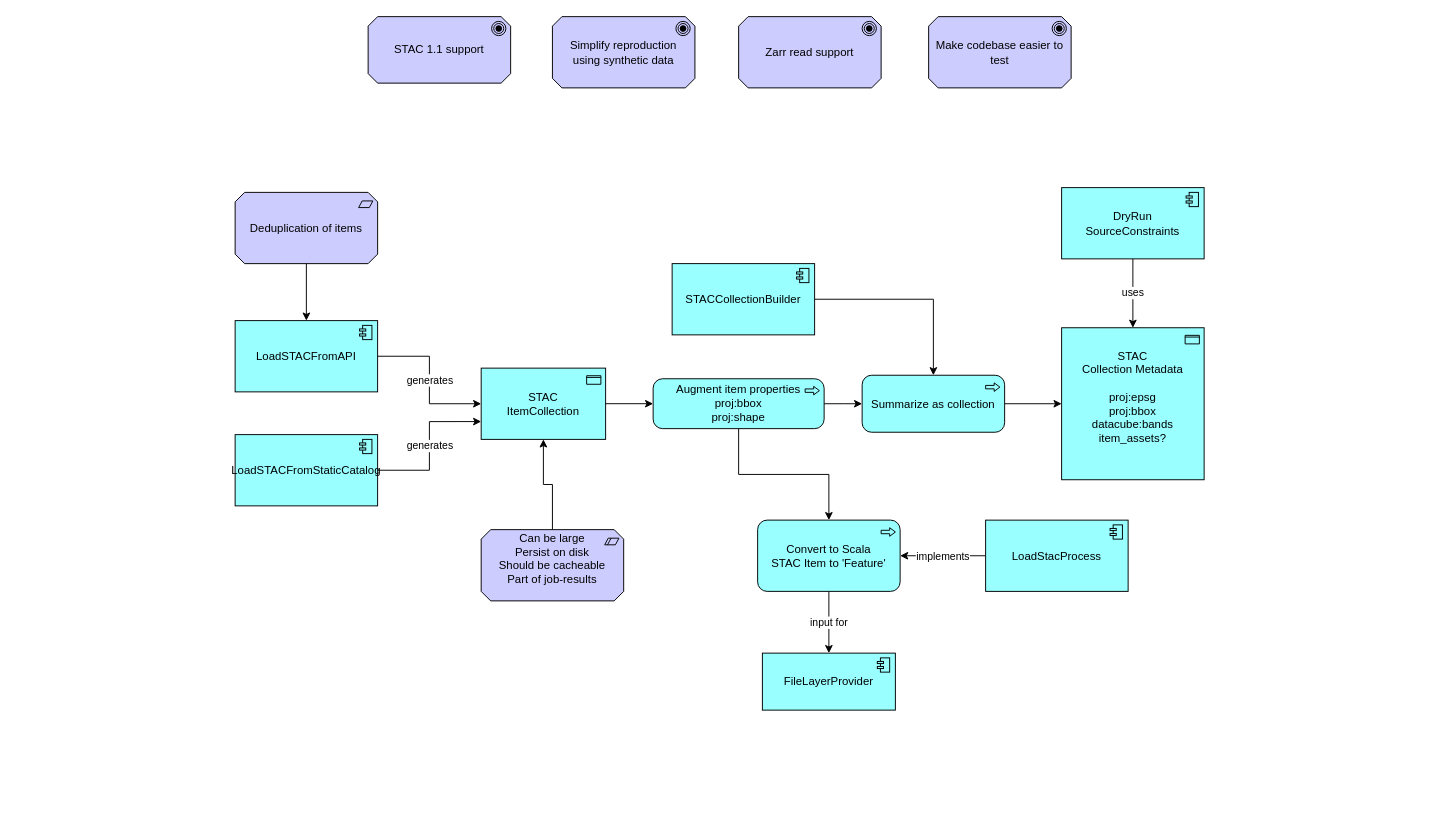
The draw.io diagram docs/stac11_geotrellis.drawio in Open-EO/openeo-geopyspark-driver, before the edit. Source tidied: cells renumbered, new cells numbered last; positions are measured from the earlier drawing's top-left corner, leaving out a move shared by most shapes. Both pictures are drawn from the tidied source at 95%, with x=0, y=0 at pixel (235, 16).
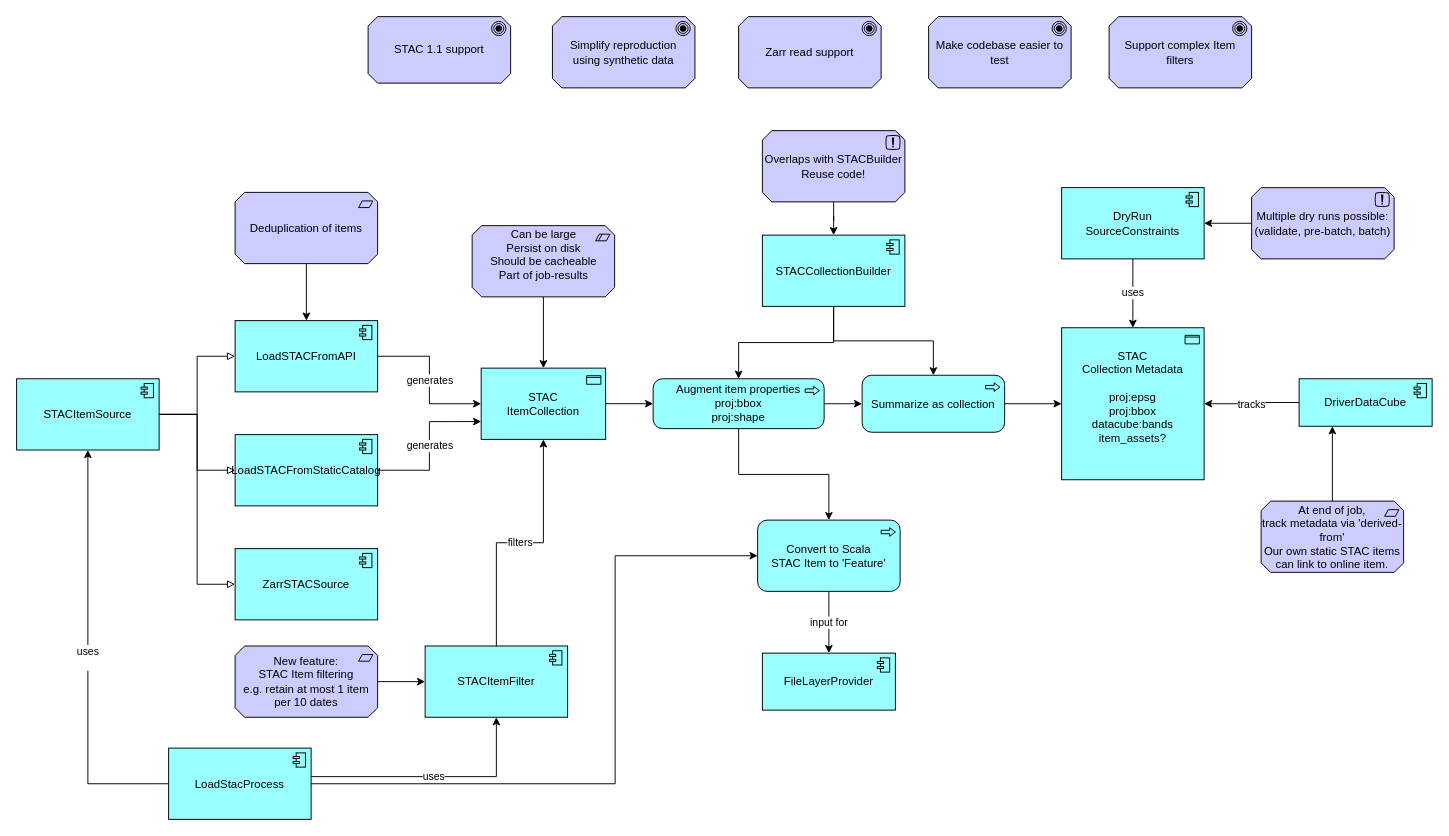
The same page after the edit.

Commit message:
add stac item filter

The change refers to these unchanged cells:
```xml
<mxCell id="7" value="LoadSTACFromAPI" style="html=1;outlineConnect=0;whiteSpace=wrap;fillColor=#99ffff;shape=mxgraph.archimate3.application;appType=comp;archiType=square;" parent="1" vertex="1">
  <mxGeometry y="320" width="150" height="75" as="geometry" />
</mxCell>
<mxCell id="8" value="LoadSTACFromStaticCatalog" style="html=1;outlineConnect=0;whiteSpace=wrap;fillColor=#99ffff;shape=mxgraph.archimate3.application;appType=comp;archiType=square;" parent="1" vertex="1">
  <mxGeometry y="440" width="150" height="75" as="geometry" />
</mxCell>
<mxCell id="9" value="STAC&lt;br&gt;ItemCollection" style="html=1;outlineConnect=0;whiteSpace=wrap;fillColor=#99ffff;shape=mxgraph.archimate3.application;appType=passive;archiType=square;" parent="1" vertex="1">
  <mxGeometry x="259" y="370" width="131" height="75" as="geometry" />
</mxCell>
<mxCell id="17" value="STAC &lt;br&gt;Collection Metadata&lt;br&gt;&lt;br&gt;proj:epsg&lt;br&gt;proj:bbox&lt;br&gt;datacube:bands&lt;br&gt;item_assets?&lt;div&gt;&lt;br/&gt;&lt;/div&gt;" style="html=1;outlineConnect=0;whiteSpace=wrap;fillColor=#99ffff;shape=mxgraph.archimate3.application;appType=passive;archiType=square;" parent="1" vertex="1">
  <mxGeometry x="870" y="327.5" width="150" height="160" as="geometry" />
</mxCell>
<mxCell id="20" value="Augment item properties&lt;br&gt;proj:bbox&lt;br&gt;proj:shape" style="html=1;outlineConnect=0;whiteSpace=wrap;fillColor=#99ffff;shape=mxgraph.archimate3.application;appType=proc;archiType=rounded;" parent="1" vertex="1">
  <mxGeometry x="440" y="381.2" width="180" height="52.5" as="geometry" />
</mxCell>
<mxCell id="25" value="DryRun&lt;br&gt;SourceConstraints" style="html=1;outlineConnect=0;whiteSpace=wrap;fillColor=#99ffff;shape=mxgraph.archimate3.application;appType=comp;archiType=square;" parent="1" vertex="1">
  <mxGeometry x="870" y="180" width="150" height="75" as="geometry" />
</mxCell>
<mxCell id="28" value="Convert to Scala&lt;br&gt;STAC Item to 'Feature'" style="html=1;outlineConnect=0;whiteSpace=wrap;fillColor=#99ffff;shape=mxgraph.archimate3.application;appType=proc;archiType=rounded;" parent="1" vertex="1">
  <mxGeometry x="550" y="530" width="150" height="75" as="geometry" />
</mxCell>
```

Change to the diagram source:
```diff
@@
     <mxCell id="12" value="Can be large&lt;br&gt;Persist on disk&lt;div&gt;Should be cacheable&lt;br&gt;Part of job-results&lt;/div&gt;&lt;div&gt;&lt;br&gt;&lt;/div&gt;" style="html=1;outlineConnect=0;whiteSpace=wrap;fillColor=#CCCCFF;shape=mxgraph.archimate3.application;appType=constraint;archiType=oct;" parent="1" vertex="1">
-      <mxGeometry x="259" y="540" width="150" height="75" as="geometry" />
+      <mxGeometry x="249.5" y="220" width="150" height="75" as="geometry" />
     </mxCell>
@@
+    <mxCell id="31" style="edgeStyle=orthogonalEdgeStyle;rounded=0;jettySize=auto;html=1;" parent="1" edge="1" source="14" target="20">
+      <mxGeometry relative="1" as="geometry" />
+    </mxCell>
     <mxCell id="14" value="STACCollectionBuilder" style="html=1;outlineConnect=0;whiteSpace=wrap;fillColor=#99ffff;shape=mxgraph.archimate3.application;appType=comp;archiType=square;" parent="1" vertex="1">
-      <mxGeometry x="460" y="260" width="150" height="75" as="geometry" />
+      <mxGeometry x="555" y="230" width="150" height="75" as="geometry" />
     </mxCell>
@@
+    <mxCell id="32" value="uses" style="edgeStyle=orthogonalEdgeStyle;rounded=0;jettySize=auto;html=1;" parent="1" edge="1" source="30" target="48">
+      <mxGeometry relative="1" as="geometry">
+        <Array as="points">
+          <mxPoint x="275" y="800" />
+        </Array>
+      </mxGeometry>
+    </mxCell>
+    <mxCell id="30" value="LoadStacProcess" style="html=1;outlineConnect=0;whiteSpace=wrap;fillColor=#99ffff;shape=mxgraph.archimate3.application;appType=comp;archiType=square;" parent="1" vertex="1">
+      <mxGeometry x="-70" y="770" width="150" height="75" as="geometry" />
+    </mxCell>
+    <mxCell id="33" value="tracks" style="edgeStyle=orthogonalEdgeStyle;rounded=0;jettySize=auto;html=1;" parent="1" edge="1" source="34" target="17">
+      <mxGeometry relative="1" as="geometry" />
+    </mxCell>
+    <mxCell id="34" value="DriverDataCube" style="html=1;outlineConnect=0;whiteSpace=wrap;fillColor=#99ffff;shape=mxgraph.archimate3.application;appType=comp;archiType=square;" parent="1" vertex="1">
+      <mxGeometry x="1120" y="381.2" width="140" height="50" as="geometry" />
+    </mxCell>
+    <mxCell id="35" value="At end of job,&lt;br&gt;track metadata via 'derived-from'&lt;br&gt;Our own static STAC items can link to online item." style="html=1;outlineConnect=0;whiteSpace=wrap;fillColor=#CCCCFF;shape=mxgraph.archimate3.application;appType=requirement;archiType=oct;" parent="1" vertex="1">
+      <mxGeometry x="1080" y="510" width="150" height="75" as="geometry" />
+    </mxCell>
+    <mxCell id="36" style="edgeStyle=orthogonalEdgeStyle;rounded=0;jettySize=auto;html=1;entryX=0.25;entryY=1;entryDx=0;entryDy=0;entryPerimeter=0;" parent="1" edge="1" source="35" target="34">
+      <mxGeometry relative="1" as="geometry" />
+    </mxCell>
+    <mxCell id="37" style="edgeStyle=orthogonalEdgeStyle;rounded=0;jettySize=auto;html=1;" parent="1" edge="1" source="38" target="14">
+      <mxGeometry relative="1" as="geometry" />
+    </mxCell>
+    <mxCell id="38" value="Overlaps with STACBuilder&lt;br&gt;Reuse code!" style="html=1;outlineConnect=0;whiteSpace=wrap;fillColor=#CCCCFF;shape=mxgraph.archimate3.application;appType=principle;archiType=oct;" parent="1" vertex="1">
+      <mxGeometry x="555" y="120" width="150" height="75" as="geometry" />
+    </mxCell>
+    <mxCell id="39" style="edgeStyle=orthogonalEdgeStyle;rounded=0;jettySize=auto;html=1;endArrow=block;endFill=0;" parent="1" edge="1" source="41" target="8">
+      <mxGeometry relative="1" as="geometry" />
+    </mxCell>
+    <mxCell id="40" style="edgeStyle=orthogonalEdgeStyle;rounded=0;jettySize=auto;html=1;endArrow=block;endFill=0;" parent="1" edge="1" source="41" target="7">
+      <mxGeometry relative="1" as="geometry" />
+    </mxCell>
+    <mxCell id="41" value="STACItemSource" style="html=1;outlineConnect=0;whiteSpace=wrap;fillColor=#99ffff;shape=mxgraph.archimate3.application;appType=comp;archiType=square;" parent="1" vertex="1">
+      <mxGeometry x="-230" y="381.2" width="150" height="75" as="geometry" />
+    </mxCell>
+    <mxCell id="42" value="uses&lt;div&gt;&lt;br&gt;&lt;/div&gt;" style="edgeStyle=orthogonalEdgeStyle;rounded=0;jettySize=auto;html=1;entryX=0.5;entryY=1;entryDx=0;entryDy=0;entryPerimeter=0;" parent="1" edge="1" source="30" target="41">
+      <mxGeometry relative="1" as="geometry" />
+    </mxCell>
+    <mxCell id="43" style="edgeStyle=orthogonalEdgeStyle;rounded=0;jettySize=auto;html=1;" parent="1" edge="1" source="44" target="25">
+      <mxGeometry relative="1" as="geometry" />
+    </mxCell>
+    <mxCell id="44" value="Multiple dry runs possible:&lt;br&gt;(validate, pre-batch, batch)" style="html=1;outlineConnect=0;whiteSpace=wrap;fillColor=#CCCCFF;shape=mxgraph.archimate3.application;appType=principle;archiType=oct;" parent="1" vertex="1">
+      <mxGeometry x="1070" y="180" width="150" height="75" as="geometry" />
+    </mxCell>
+    <mxCell id="45" value="ZarrSTACSource" style="html=1;outlineConnect=0;whiteSpace=wrap;fillColor=#99ffff;shape=mxgraph.archimate3.application;appType=comp;archiType=square;" parent="1" vertex="1">
+      <mxGeometry y="560" width="150" height="75" as="geometry" />
+    </mxCell>
+    <mxCell id="46" style="edgeStyle=orthogonalEdgeStyle;rounded=0;jettySize=auto;html=1;entryX=0;entryY=0.5;entryDx=0;entryDy=0;entryPerimeter=0;endArrow=block;endFill=0;" parent="1" edge="1" source="41" target="45">
+      <mxGeometry relative="1" as="geometry" />
+    </mxCell>
+    <mxCell id="47" value="filters" style="edgeStyle=orthogonalEdgeStyle;rounded=0;jettySize=auto;html=1;" parent="1" edge="1" source="48" target="9">
+      <mxGeometry relative="1" as="geometry" />
+    </mxCell>
+    <mxCell id="48" value="STACItemFilter" style="html=1;outlineConnect=0;whiteSpace=wrap;fillColor=#99ffff;shape=mxgraph.archimate3.application;appType=comp;archiType=square;" parent="1" vertex="1">
+      <mxGeometry x="200" y="662.5" width="150" height="75" as="geometry" />
+    </mxCell>
-    <mxCell id="29" value="implements" style="edgeStyle=orthogonalEdgeStyle;rounded=0;jettySize=auto;html=1;" parent="1" edge="1" source="30" target="28">
-      <mxGeometry relative="1" as="geometry" />
+    <mxCell id="29" style="edgeStyle=orthogonalEdgeStyle;rounded=0;jettySize=auto;html=1;entryX=0;entryY=0.5;entryDx=0;entryDy=0;entryPerimeter=0;" parent="1" edge="1" source="30" target="28">
+      <mxGeometry relative="1" as="geometry">
+        <Array as="points">
+          <mxPoint x="400" y="808" />
+          <mxPoint x="400" y="568" />
+        </Array>
+      </mxGeometry>
     </mxCell>
-    <mxCell id="30" value="LoadStacProcess" style="html=1;outlineConnect=0;whiteSpace=wrap;fillColor=#99ffff;shape=mxgraph.archimate3.application;appType=comp;archiType=square;" parent="1" vertex="1">
-      <mxGeometry x="790" y="530" width="150" height="75" as="geometry" />
-    </mxCell>
+    <mxCell id="49" value="Support complex Item&lt;br&gt;filters" style="html=1;whiteSpace=wrap;fillColor=#CCCCFF;shape=mxgraph.archimate3.application;appType=goal;archiType=oct;" parent="1" vertex="1">
+      <mxGeometry x="920" width="150" height="75" as="geometry" />
+    </mxCell>
+    <mxCell id="50" value="New feature:&lt;br&gt;STAC Item filtering&lt;br&gt;e.g. retain at most 1 item per 10 dates" style="html=1;outlineConnect=0;whiteSpace=wrap;fillColor=#CCCCFF;shape=mxgraph.archimate3.application;appType=requirement;archiType=oct;" parent="1" vertex="1">
+      <mxGeometry y="662.5" width="150" height="75" as="geometry" />
+    </mxCell>
+    <mxCell id="51" style="edgeStyle=orthogonalEdgeStyle;rounded=0;jettySize=auto;html=1;entryX=0;entryY=0.5;entryDx=0;entryDy=0;entryPerimeter=0;" parent="1" edge="1" source="50" target="48">
+      <mxGeometry relative="1" as="geometry" />
+    </mxCell>
```
